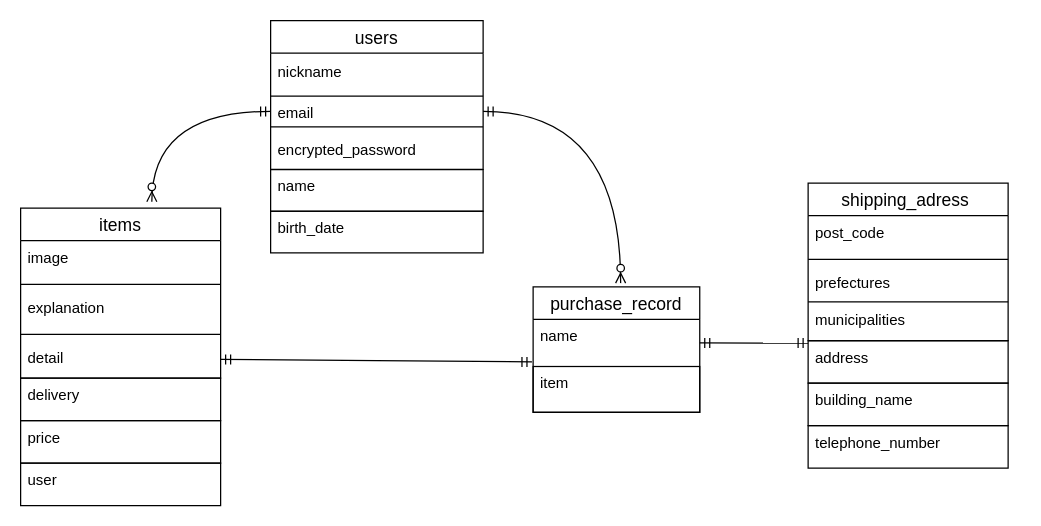
Earlier version of the draw.io diagram furima.dio (fuku0717/furima-39091). Source tidied: cells renumbered, new cells numbered last; positions are measured from the earlier drawing's top-left corner, leaving out a move shared by most shapes. Both pictures are drawn from the tidied source at 125%, with x=0, y=0 at pixel (20, 20).
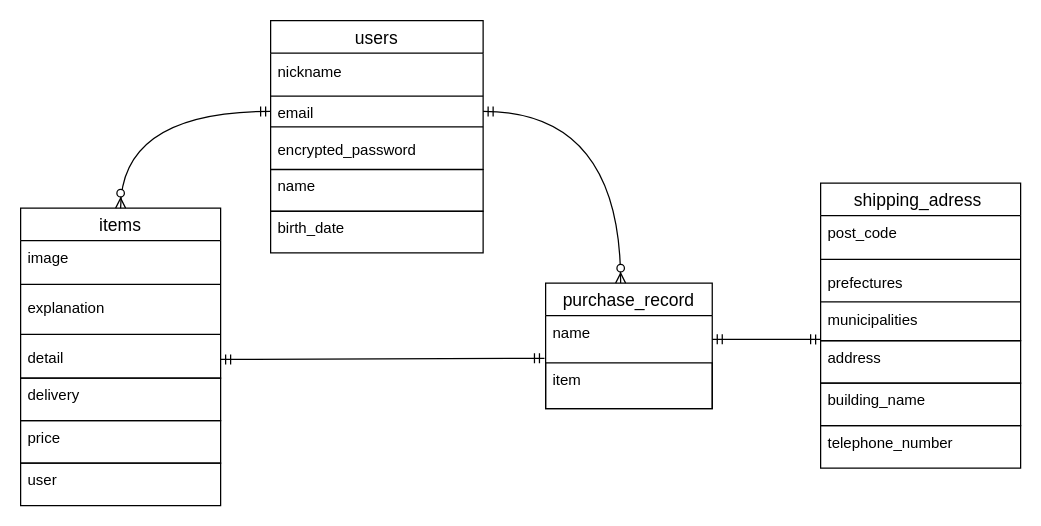
The same page after the edit.

Commit message (it also covers changes not shown here):
データベース設計　修正後

Unchanged cells that the change refers to:
```xml
<mxCell id="2" style="group;rotation=90;" parent="1" vertex="1">
  <mxGeometry x="430" y="170" width="150" height="150" as="geometry" />
</mxCell>
<mxCell id="5" value="name" style="text;strokeColor=none;fillColor=none;spacingLeft=4;spacingRight=4;overflow=hidden;points=[[0,0.5],[1,0.5]];portConstraint=eastwest;fontSize=12;labelBorderColor=none;" parent="4" vertex="1">
  <mxGeometry y="26" width="133.3" height="37.8" as="geometry" />
</mxCell>
<mxCell id="11" value="email" style="text;strokeColor=none;fillColor=none;spacingLeft=4;spacingRight=4;overflow=hidden;points=[[0,0.5],[1,0.5]];portConstraint=eastwest;fontSize=12;labelBorderColor=none;align=left;verticalAlign=middle;" parent="8" vertex="1">
  <mxGeometry y="65.2" width="170" height="14.8" as="geometry" />
</mxCell>
<mxCell id="17" value="items" style="swimlane;fontStyle=0;horizontal=1;startSize=26;align=center;fontSize=14;labelBorderColor=none;" parent="16" vertex="1">
  <mxGeometry width="160" height="136" as="geometry" />
</mxCell>
```

Diff of the diagram source:
```diff
@@
     <mxCell id="4" value="purchase_record" style="swimlane;fontStyle=0;horizontal=1;startSize=26;align=center;fontSize=14;labelBorderColor=none;strokeColor=default;" parent="2" vertex="1">
-      <mxGeometry x="-20" y="42.9" width="133.3" height="100.4" as="geometry" />
+      <mxGeometry x="-10" y="40" width="133.3" height="100.4" as="geometry" />
     </mxCell>
@@
     <mxCell id="26" style="group;" parent="1" vertex="1">
-      <mxGeometry x="630" y="130" width="160" height="228" as="geometry" />
+      <mxGeometry x="640" y="130" width="160" height="228" as="geometry" />
     </mxCell>
@@
-    <mxCell id="38" style="edgeStyle=orthogonalEdgeStyle;fontSize=12;html=1;endArrow=ERzeroToMany;startArrow=ERmandOne;elbow=vertical;curved=1;entryX=0.656;entryY=-0.037;entryDx=0;entryDy=0;entryPerimeter=0;exitX=0;exitY=0.5;exitDx=0;exitDy=0;" parent="1" edge="1" source="11" target="17">
+    <mxCell id="38" style="edgeStyle=orthogonalEdgeStyle;fontSize=12;html=1;endArrow=ERzeroToMany;startArrow=ERmandOne;elbow=vertical;curved=1;exitX=0;exitY=0.5;exitDx=0;exitDy=0;entryX=0.5;entryY=0;entryDx=0;entryDy=0;" parent="1" edge="1" source="11" target="17">
       <mxGeometry relative="1" as="geometry" />
     </mxCell>
     <mxCell id="39" style="fontSize=12;html=1;endArrow=ERmandOne;startArrow=ERmandOne;elbow=vertical;exitX=1;exitY=0.5;exitDx=0;exitDy=0;" parent="1" edge="1" source="5">
       <mxGeometry relative="1" as="geometry">
-        <mxPoint x="630" y="258" as="targetPoint" />
+        <mxPoint x="640" y="255" as="targetPoint" />
       </mxGeometry>
     </mxCell>
```
